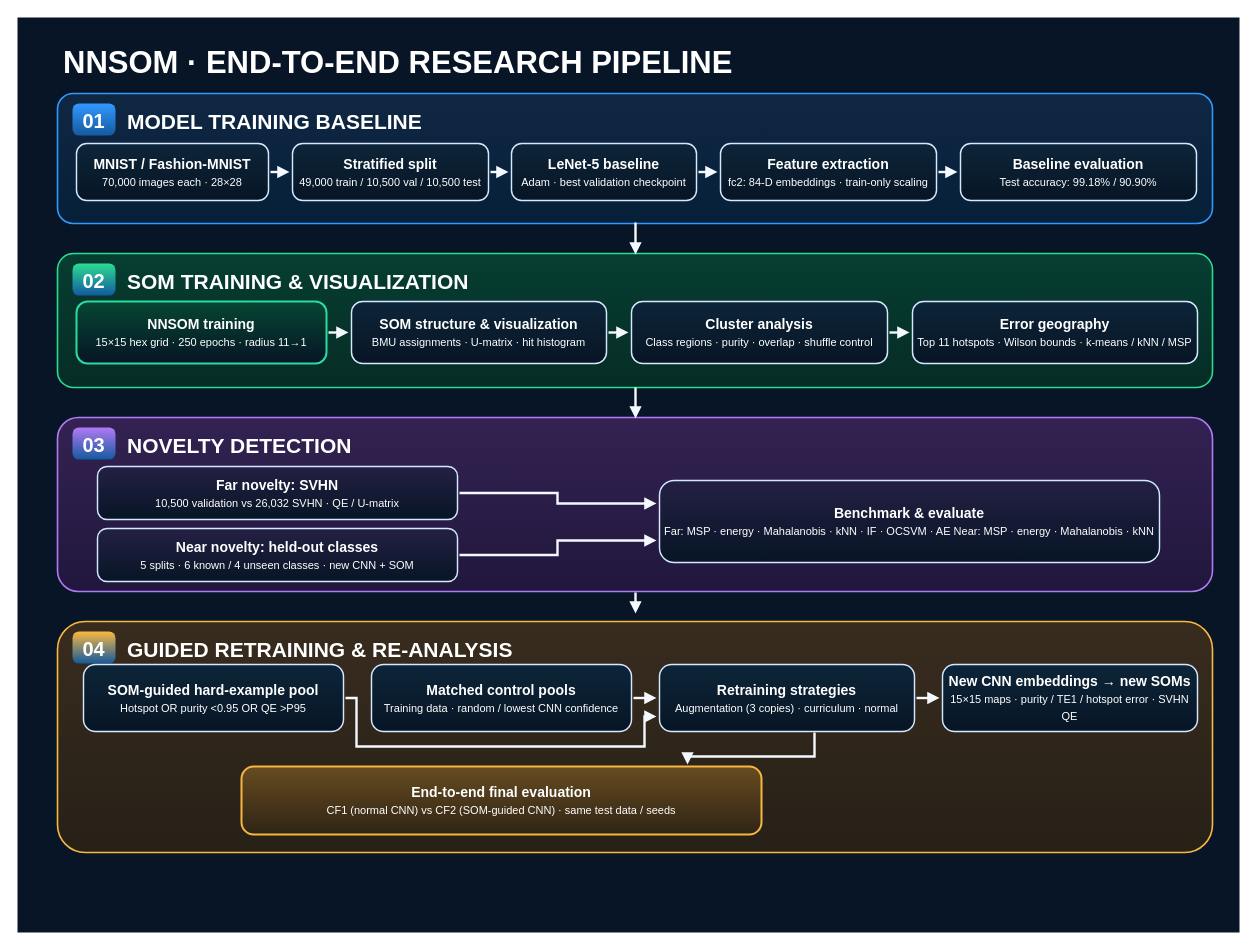
Above: demo/project_pipeline/nnsom_project_pipeline.drawio in nazishatta/fall-2026-group5 (draw.io), before the change. Source tidied: cells renumbered, new cells numbered last; positions are measured from the earlier drawing's top-left corner, leaving out a move shared by most shapes. Both pictures are drawn from the tidied source at 100%, with x=0, y=0 at pixel (17, 17).
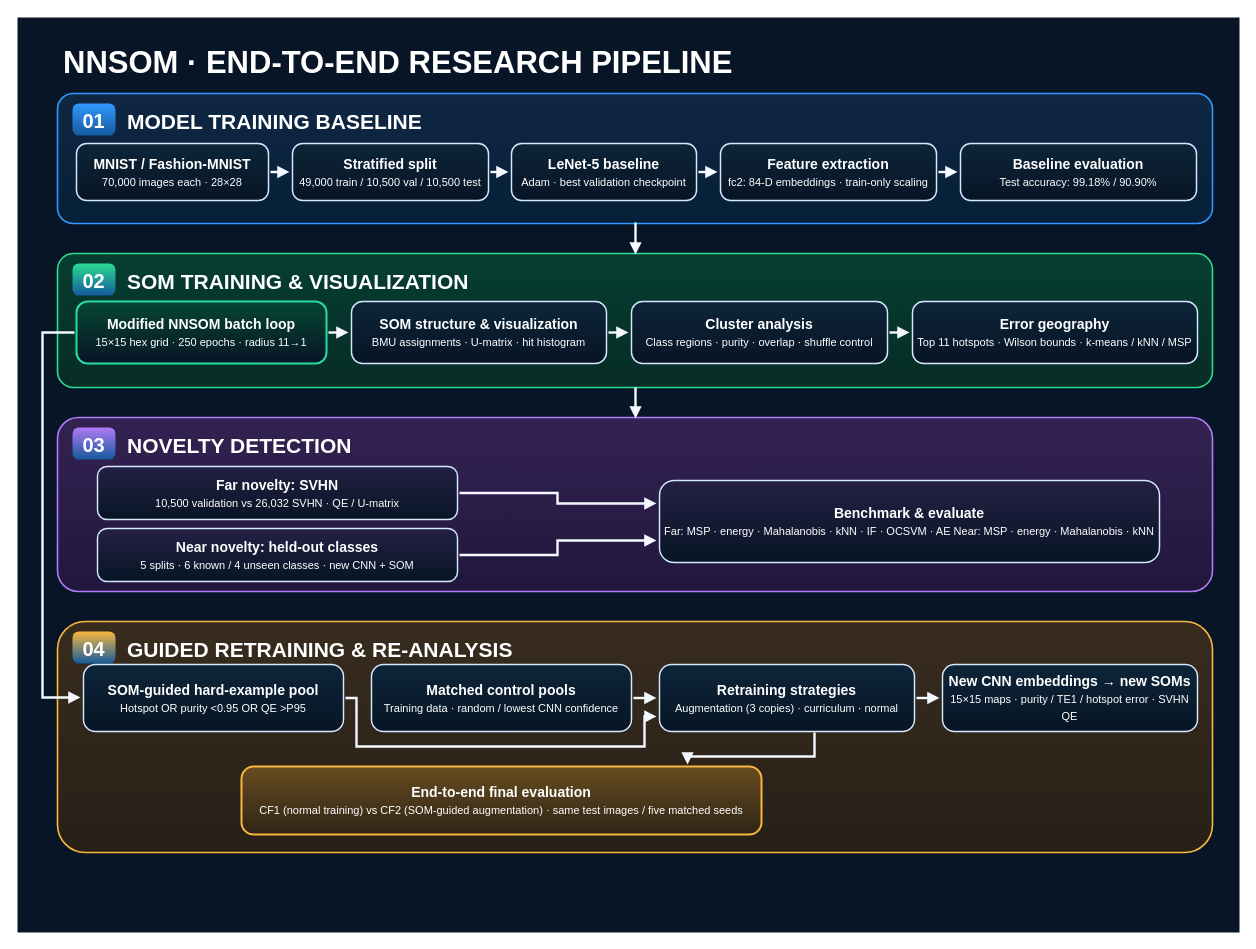
After the change.

Commit message (it also covers changes not shown here):
Align pipeline diagram with journal paper and combined report v2

The edit, as a diff of the source:
```diff
@@
-    <mxCell id="21" value="&lt;div style=&quot;text-align:center&quot;&gt;&lt;b style=&quot;font-size:14px&quot;&gt;NNSOM training&lt;/b&gt;&lt;br/&gt;&lt;span style=&quot;font-size:11px&quot;&gt;15×15 hex grid · 250 epochs · radius 11→1&lt;/span&gt;&lt;/div&gt;" style="rounded=1;arcSize=18;fillColor=#064633;gradientColor=#071525;gradientDirection=south;strokeColor=#28dca0;strokeWidth=2;fontColor=#FFFFFF;html=1;whiteSpace=wrap;align=center;verticalAlign=middle;fontFamily=Arial;fontSize=14;spacing=3;" parent="1" vertex="1">
+    <mxCell id="21" value="&lt;div style=&quot;text-align:center&quot;&gt;&lt;b style=&quot;font-size:14px&quot;&gt;Modified NNSOM batch loop&lt;/b&gt;&lt;br/&gt;&lt;span style=&quot;font-size:11px&quot;&gt;15×15 hex grid · 250 epochs · radius 11→1&lt;/span&gt;&lt;/div&gt;" style="rounded=1;arcSize=18;fillColor=#064633;gradientColor=#071525;gradientDirection=south;strokeColor=#28dca0;strokeWidth=2;fontColor=#FFFFFF;html=1;whiteSpace=wrap;align=center;verticalAlign=middle;fontFamily=Arial;fontSize=14;spacing=3;" parent="1" vertex="1">
       <mxGeometry x="59" y="284" width="250" height="62" as="geometry" />
     </mxCell>
@@
-    <mxCell id="32" value="&lt;div style=&quot;text-align:center&quot;&gt;&lt;b style=&quot;font-size:14px&quot;&gt;End-to-end final evaluation&lt;/b&gt;&lt;br/&gt;&lt;span style=&quot;font-size:11px&quot;&gt;CF1 (normal CNN) vs CF2 (SOM-guided CNN) · same test data / seeds&lt;/span&gt;&lt;/div&gt;" style="rounded=1;arcSize=18;fillColor=#674c20;gradientColor=#2f2415;gradientDirection=south;strokeColor=#f7b643;strokeWidth=2;fontColor=#FFFFFF;html=1;whiteSpace=wrap;align=center;verticalAlign=middle;fontFamily=Arial;fontSize=14;spacing=3;" parent="1" vertex="1">
+    <mxCell id="32" value="&lt;div style=&quot;text-align:center&quot;&gt;&lt;b style=&quot;font-size:14px&quot;&gt;End-to-end final evaluation&lt;/b&gt;&lt;br/&gt;&lt;span style=&quot;font-size:11px&quot;&gt;CF1 (normal training) vs CF2 (SOM-guided augmentation) · same test images / five matched seeds&lt;/span&gt;&lt;/div&gt;" style="rounded=1;arcSize=18;fillColor=#674c20;gradientColor=#2f2415;gradientDirection=south;strokeColor=#f7b643;strokeWidth=2;fontColor=#FFFFFF;html=1;whiteSpace=wrap;align=center;verticalAlign=middle;fontFamily=Arial;fontSize=14;spacing=3;" parent="1" vertex="1">
       <mxGeometry x="224" y="749" width="520" height="68" as="geometry" />
     </mxCell>
@@
-    <mxCell id="48" style="edgeStyle=none;rounded=0;html=1;endArrow=block;endFill=1;strokeColor=#F4F8FF;strokeWidth=2.4;" parent="1" edge="1">
-      <mxGeometry relative="1" as="geometry">
-        <mxPoint x="618" y="575" as="sourcePoint" />
-        <mxPoint x="618" y="596" as="targetPoint" />
-      </mxGeometry>
-    </mxCell>
+    <mxCell id="49" style="edgeStyle=none;rounded=0;html=1;endArrow=block;endFill=1;strokeColor=#F4F8FF;strokeWidth=2.4;" parent="1" edge="1">
+      <mxGeometry relative="1" as="geometry">
+        <mxPoint x="57" y="315" as="sourcePoint" />
+        <mxPoint x="63" y="680" as="targetPoint" />
+        <Array as="points">
+          <mxPoint x="25" y="315" />
+          <mxPoint x="25" y="680" />
+        </Array>
+      </mxGeometry>
+    </mxCell>
```
